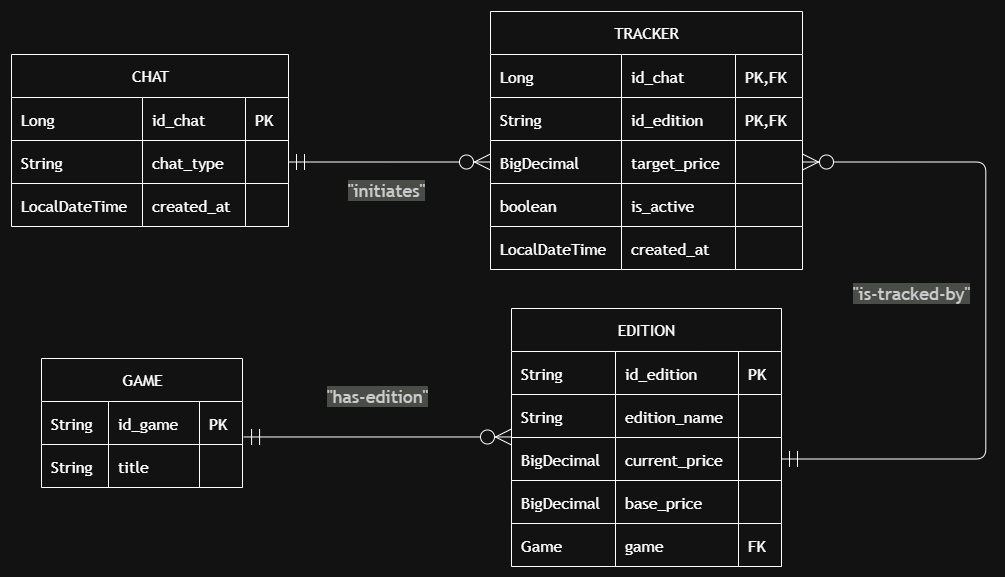
Above: docs/images/schema.png in franciscoboavida9/playstation-tracker (draw.io), before the change. Source tidied: cells renumbered, new cells last; positions are measured from the earlier drawing's top-left corner, leaving out a move shared by most shapes.
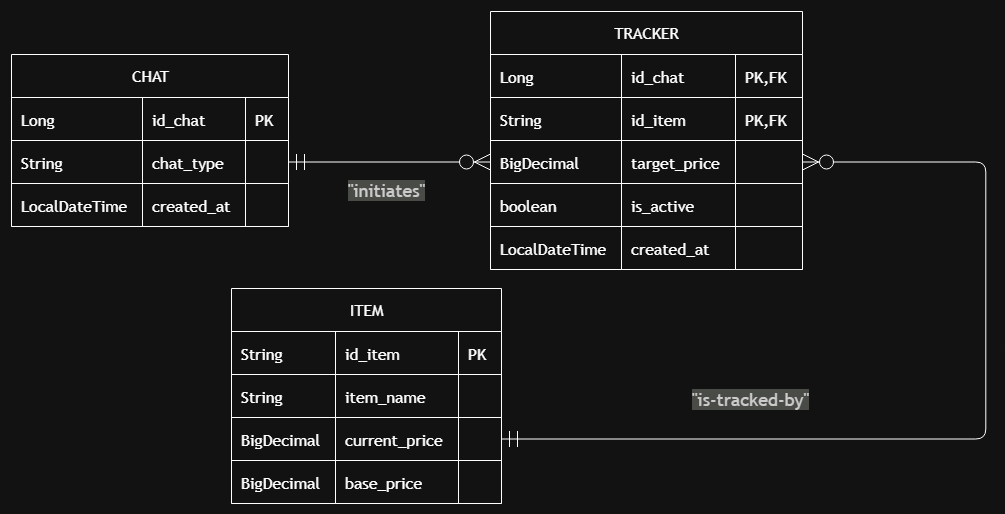
The same diagram one commit later.

The edit, as a diff of the source:
```diff
@@ -65,7 +65,7 @@
     <mxCell id="22" value="String" style="shape=partialRectangle;strokeWidth=1;fontFamily=Trebuchet MS,Verdana,Arial,sans-serif;top=1;left=1;bottom=1;right=1;align=left;spacingLeft=8;overflow=hidden;fontSize=16;" parent="21" vertex="1">
       <mxGeometry width="131" height="43" as="geometry" />
     </mxCell>
-    <mxCell id="23" value="id_edition" style="shape=partialRectangle;strokeWidth=1;fontFamily=Trebuchet MS,Verdana,Arial,sans-serif;top=1;left=1;bottom=1;right=1;align=left;spacingLeft=8;overflow=hidden;fontSize=16;" parent="21" vertex="1">
+    <mxCell id="23" value="id_item" style="shape=partialRectangle;strokeWidth=1;fontFamily=Trebuchet MS,Verdana,Arial,sans-serif;top=1;left=1;bottom=1;right=1;align=left;spacingLeft=8;overflow=hidden;fontSize=16;" parent="21" vertex="1">
       <mxGeometry x="131" width="114" height="43" as="geometry" />
     </mxCell>
     <mxCell id="24" value="PK,FK" style="shape=partialRectangle;strokeWidth=1;fontFamily=Trebuchet MS,Verdana,Arial,sans-serif;top=1;left=1;bottom=1;right=1;align=left;spacingLeft=8;overflow=hidden;fontSize=16;" parent="21" vertex="1">
@@ -107,8 +107,8 @@
     <mxCell id="36" style="shape=partialRectangle;strokeWidth=1;fontFamily=Trebuchet MS,Verdana,Arial,sans-serif;top=1;left=1;bottom=1;right=1;align=left;spacingLeft=8;overflow=hidden;fontSize=16;" parent="33" vertex="1">
       <mxGeometry x="245" width="67" height="43" as="geometry" />
     </mxCell>
-    <mxCell id="37" value="EDITION" style="shape=table;startSize=43;rowLines=1;fontSize=16;fontFamily=Trebuchet MS,Verdana,Arial,sans-serif;strokeWidth=1;align=center;html=1;" parent="2" vertex="1">
-      <mxGeometry x="530" y="360" width="270" height="258" as="geometry" />
+    <mxCell id="37" value="ITEM" style="shape=table;startSize=43;rowLines=1;fontSize=16;fontFamily=Trebuchet MS,Verdana,Arial,sans-serif;strokeWidth=1;align=center;html=1;" parent="2" vertex="1">
+      <mxGeometry x="250" y="340" width="270" height="215" as="geometry" />
     </mxCell>
     <mxCell id="38" style="shape=tableRow;horizontal=0;startSize=0;swimlaneHead=0;swimlaneBody=1;strokeWidth=1;top=0;left=0;right=0;bottom=0;" parent="37" vertex="1">
       <mxGeometry y="43" width="270" height="43" as="geometry" />
@@ -116,7 +116,7 @@
     <mxCell id="39" value="String" style="shape=partialRectangle;strokeWidth=1;fontFamily=Trebuchet MS,Verdana,Arial,sans-serif;top=1;left=1;bottom=1;right=1;align=left;spacingLeft=8;overflow=hidden;fontSize=16;" parent="38" vertex="1">
       <mxGeometry width="104" height="43" as="geometry" />
     </mxCell>
-    <mxCell id="40" value="id_edition" style="shape=partialRectangle;strokeWidth=1;fontFamily=Trebuchet MS,Verdana,Arial,sans-serif;top=1;left=1;bottom=1;right=1;align=left;spacingLeft=8;overflow=hidden;fontSize=16;" parent="38" vertex="1">
+    <mxCell id="40" value="id_item" style="shape=partialRectangle;strokeWidth=1;fontFamily=Trebuchet MS,Verdana,Arial,sans-serif;top=1;left=1;bottom=1;right=1;align=left;spacingLeft=8;overflow=hidden;fontSize=16;" parent="38" vertex="1">
       <mxGeometry x="104" width="123" height="43" as="geometry" />
     </mxCell>
     <mxCell id="41" value="PK" style="shape=partialRectangle;strokeWidth=1;fontFamily=Trebuchet MS,Verdana,Arial,sans-serif;top=1;left=1;bottom=1;right=1;align=left;spacingLeft=8;overflow=hidden;fontSize=16;" parent="38" vertex="1">
@@ -128,7 +128,7 @@
     <mxCell id="43" value="String" style="shape=partialRectangle;strokeWidth=1;fontFamily=Trebuchet MS,Verdana,Arial,sans-serif;top=1;left=1;bottom=1;right=1;align=left;spacingLeft=8;overflow=hidden;fontSize=16;" parent="42" vertex="1">
       <mxGeometry width="104" height="43" as="geometry" />
     </mxCell>
-    <mxCell id="44" value="edition_name" style="shape=partialRectangle;strokeWidth=1;fontFamily=Trebuchet MS,Verdana,Arial,sans-serif;top=1;left=1;bottom=1;right=1;align=left;spacingLeft=8;overflow=hidden;fontSize=16;" parent="42" vertex="1">
+    <mxCell id="44" value="item_name" style="shape=partialRectangle;strokeWidth=1;fontFamily=Trebuchet MS,Verdana,Arial,sans-serif;top=1;left=1;bottom=1;right=1;align=left;spacingLeft=8;overflow=hidden;fontSize=16;" parent="42" vertex="1">
       <mxGeometry x="104" width="123" height="43" as="geometry" />
     </mxCell>
     <mxCell id="45" style="shape=partialRectangle;strokeWidth=1;fontFamily=Trebuchet MS,Verdana,Arial,sans-serif;top=1;left=1;bottom=1;right=1;align=left;spacingLeft=8;overflow=hidden;fontSize=16;" parent="42" vertex="1">
@@ -158,61 +158,17 @@
     <mxCell id="53" style="shape=partialRectangle;strokeWidth=1;fontFamily=Trebuchet MS,Verdana,Arial,sans-serif;top=1;left=1;bottom=1;right=1;align=left;spacingLeft=8;overflow=hidden;fontSize=16;" parent="50" vertex="1">
       <mxGeometry x="227" width="43" height="43" as="geometry" />
     </mxCell>
-    <mxCell id="54" style="shape=tableRow;horizontal=0;startSize=0;swimlaneHead=0;swimlaneBody=1;strokeWidth=1;top=0;left=0;right=0;bottom=0;" parent="37" vertex="1">
-      <mxGeometry y="215" width="270" height="43" as="geometry" />
-    </mxCell>
-    <mxCell id="55" value="Game" style="shape=partialRectangle;strokeWidth=1;fontFamily=Trebuchet MS,Verdana,Arial,sans-serif;top=1;left=1;bottom=1;right=1;align=left;spacingLeft=8;overflow=hidden;fontSize=16;" parent="54" vertex="1">
-      <mxGeometry width="104" height="43" as="geometry" />
-    </mxCell>
-    <mxCell id="56" value="game" style="shape=partialRectangle;strokeWidth=1;fontFamily=Trebuchet MS,Verdana,Arial,sans-serif;top=1;left=1;bottom=1;right=1;align=left;spacingLeft=8;overflow=hidden;fontSize=16;" parent="54" vertex="1">
-      <mxGeometry x="104" width="123" height="43" as="geometry" />
-    </mxCell>
-    <mxCell id="57" value="FK" style="shape=partialRectangle;strokeWidth=1;fontFamily=Trebuchet MS,Verdana,Arial,sans-serif;top=1;left=1;bottom=1;right=1;align=left;spacingLeft=8;overflow=hidden;fontSize=16;" parent="54" vertex="1">
-      <mxGeometry x="227" width="43" height="43" as="geometry" />
-    </mxCell>
-    <mxCell id="58" value="GAME" style="shape=table;startSize=43;rowLines=1;fontSize=16;fontFamily=Trebuchet MS,Verdana,Arial,sans-serif;strokeWidth=1;align=center;html=1;" parent="2" vertex="1">
-      <mxGeometry x="60" y="410" width="201" height="129" as="geometry" />
-    </mxCell>
-    <mxCell id="59" style="shape=tableRow;horizontal=0;startSize=0;swimlaneHead=0;swimlaneBody=1;strokeWidth=1;top=0;left=0;right=0;bottom=0;" parent="58" vertex="1">
-      <mxGeometry y="43" width="201" height="43" as="geometry" />
-    </mxCell>
-    <mxCell id="60" value="String" style="shape=partialRectangle;strokeWidth=1;fontFamily=Trebuchet MS,Verdana,Arial,sans-serif;top=1;left=1;bottom=1;right=1;align=left;spacingLeft=8;overflow=hidden;fontSize=16;" parent="59" vertex="1">
-      <mxGeometry width="67" height="43" as="geometry" />
-    </mxCell>
-    <mxCell id="61" value="id_game" style="shape=partialRectangle;strokeWidth=1;fontFamily=Trebuchet MS,Verdana,Arial,sans-serif;top=1;left=1;bottom=1;right=1;align=left;spacingLeft=8;overflow=hidden;fontSize=16;" parent="59" vertex="1">
-      <mxGeometry x="67" width="91" height="43" as="geometry" />
-    </mxCell>
-    <mxCell id="62" value="PK" style="shape=partialRectangle;strokeWidth=1;fontFamily=Trebuchet MS,Verdana,Arial,sans-serif;top=1;left=1;bottom=1;right=1;align=left;spacingLeft=8;overflow=hidden;fontSize=16;" parent="59" vertex="1">
-      <mxGeometry x="158" width="43" height="43" as="geometry" />
-    </mxCell>
-    <mxCell id="63" style="shape=tableRow;horizontal=0;startSize=0;swimlaneHead=0;swimlaneBody=1;strokeWidth=1;top=0;left=0;right=0;bottom=0;" parent="58" vertex="1">
-      <mxGeometry y="86" width="201" height="43" as="geometry" />
-    </mxCell>
-    <mxCell id="64" value="String" style="shape=partialRectangle;strokeWidth=1;fontFamily=Trebuchet MS,Verdana,Arial,sans-serif;top=1;left=1;bottom=1;right=1;align=left;spacingLeft=8;overflow=hidden;fontSize=16;" parent="63" vertex="1">
-      <mxGeometry width="67" height="43" as="geometry" />
-    </mxCell>
-    <mxCell id="65" value="title" style="shape=partialRectangle;strokeWidth=1;fontFamily=Trebuchet MS,Verdana,Arial,sans-serif;top=1;left=1;bottom=1;right=1;align=left;spacingLeft=8;overflow=hidden;fontSize=16;" parent="63" vertex="1">
-      <mxGeometry x="67" width="91" height="43" as="geometry" />
-    </mxCell>
-    <mxCell id="66" style="shape=partialRectangle;strokeWidth=1;fontFamily=Trebuchet MS,Verdana,Arial,sans-serif;top=1;left=1;bottom=1;right=1;align=left;spacingLeft=8;overflow=hidden;fontSize=16;" parent="63" vertex="1">
-      <mxGeometry x="158" width="43" height="43" as="geometry" />
-    </mxCell>
     <mxCell id="67" value="&quot;initiates&quot;" style="curved=0;startArrow=ERmandOne;startSize=14;endArrow=ERzeroToMany;endSize=14;strokeWidth=1;html=1;fontSize=18;labelBackgroundColor=light-dark(#F8FFEC4D,#2a2a2a4D);fontFamily=Trebuchet MS,Verdana,Arial,sans-serif;fontColor=light-dark(#333333,#cccccc);rounded=1;edgeStyle=orthogonalEdgeStyle;" parent="2" edge="1" source="8" target="25">
       <mxGeometry x="-0.03" y="-28" relative="1" as="geometry" />
     </mxCell>
     <mxCell id="68" value="&quot;is-tracked-by&quot;" style="curved=0;startArrow=ERmandOne;startSize=14;endArrow=ERzeroToMany;endSize=14;strokeWidth=1;html=1;fontSize=18;labelBackgroundColor=light-dark(#F8FFEC4D,#2a2a2a4D);fontFamily=Trebuchet MS,Verdana,Arial,sans-serif;fontColor=light-dark(#333333,#cccccc);rounded=1;edgeStyle=orthogonalEdgeStyle;exitX=1;exitY=0.5;entryX=1;entryY=0.5;exitDx=0;exitDy=0;entryDx=0;entryDy=0;" parent="2" edge="1" source="46" target="25">
-      <mxGeometry x="0.08" y="74" relative="1" as="geometry">
+      <mxGeometry x="-0.47" y="41" relative="1" as="geometry">
         <Array as="points">
-          <mxPoint x="1004.3" y="510.5" />
+          <mxPoint x="1004.3" y="490.5" />
           <mxPoint x="1004.3" y="213.5" />
         </Array>
+        <mxPoint y="1" as="offset" />
       </mxGeometry>
     </mxCell>
-    <mxCell id="69" value="&quot;has-edition&quot;" style="curved=0;startArrow=ERmandOne;startSize=14;endArrow=ERzeroToMany;endSize=14;strokeWidth=1;html=1;fontSize=18;labelBackgroundColor=light-dark(#F8FFEC4D,#2a2a2a4D);fontFamily=Trebuchet MS,Verdana,Arial,sans-serif;fontColor=light-dark(#333333,#cccccc);rounded=1;edgeStyle=orthogonalEdgeStyle;exitX=1;exitY=0.5;entryX=-0.004;entryY=0.256;entryDx=0;entryDy=0;entryPerimeter=0;" parent="2" edge="1">
-      <mxGeometry y="40" relative="1" as="geometry">
-        <mxPoint x="262.1" y="488.5" as="sourcePoint" />
-        <mxPoint x="530" y="488.5" as="targetPoint" />
-      </mxGeometry>
-    </mxCell>
   </root>
 </mxGraphModel>
```
